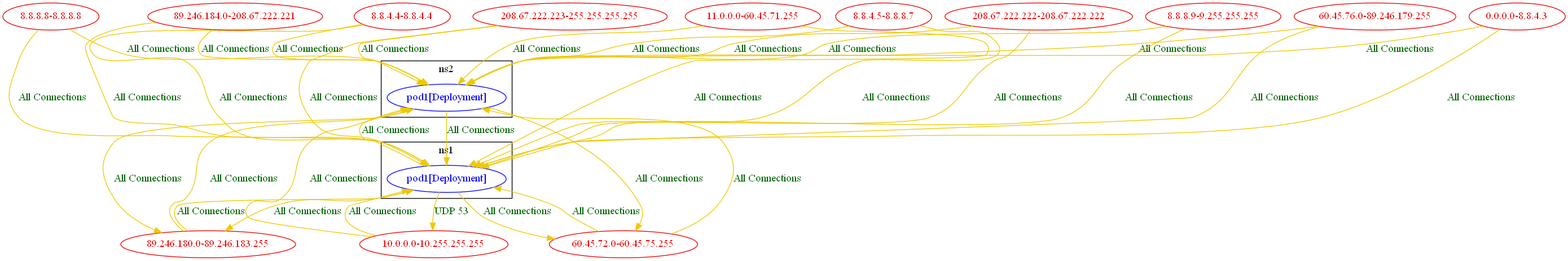
Before: test_outputs/connlist/anp_and_banp_using_networks_test_connlist_output.dot.png, a diagram exported from Graphviz (np-guard/netpol-analyzer). Its source is kept beside it as test_outputs/connlist/anp_and_banp_using_networks_test_connlist_output.dot.
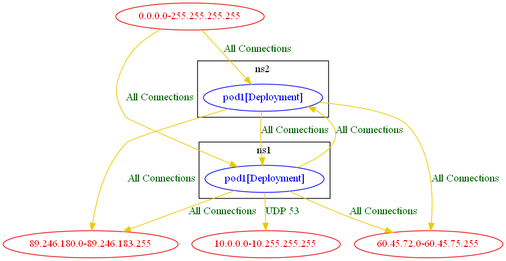
Later version of the same file.

What changed in the source:
```diff
@@ -11,45 +11,12 @@
 		"ns2/pod1[Deployment]" [label="pod1[Deployment]" color="blue" fontcolor="blue"]
 		label="ns2"
 	}
-	"0.0.0.0-8.8.4.3" [label="0.0.0.0-8.8.4.3" color="red2" fontcolor="red2"]
+	"0.0.0.0-255.255.255.255" [label="0.0.0.0-255.255.255.255" color="red2" fontcolor="red2"]
 	"10.0.0.0-10.255.255.255" [label="10.0.0.0-10.255.255.255" color="red2" fontcolor="red2"]
-	"11.0.0.0-60.45.71.255" [label="11.0.0.0-60.45.71.255" color="red2" fontcolor="red2"]
-	"208.67.222.222-208.67.222.222" [label="208.67.222.222-208.67.222.222" color="red2" fontcolor="red2"]
-	"208.67.222.223-255.255.255.255" [label="208.67.222.223-255.255.255.255" color="red2" fontcolor="red2"]
 	"60.45.72.0-60.45.75.255" [label="60.45.72.0-60.45.75.255" color="red2" fontcolor="red2"]
-	"60.45.76.0-89.246.179.255" [label="60.45.76.0-89.246.179.255" color="red2" fontcolor="red2"]
-	"8.8.4.4-8.8.4.4" [label="8.8.4.4-8.8.4.4" color="red2" fontcolor="red2"]
-	"8.8.4.5-8.8.8.7" [label="8.8.4.5-8.8.8.7" color="red2" fontcolor="red2"]
-	"8.8.8.8-8.8.8.8" [label="8.8.8.8-8.8.8.8" color="red2" fontcolor="red2"]
-	"8.8.8.9-9.255.255.255" [label="8.8.8.9-9.255.255.255" color="red2" fontcolor="red2"]
 	"89.246.180.0-89.246.183.255" [label="89.246.180.0-89.246.183.255" color="red2" fontcolor="red2"]
-	"89.246.184.0-208.67.222.221" [label="89.246.184.0-208.67.222.221" color="red2" fontcolor="red2"]
-	"0.0.0.0-8.8.4.3" -> "ns1/pod1[Deployment]" [label="All Connections" color="gold2" fontcolor="darkgreen" weight=0.5]
-	"0.0.0.0-8.8.4.3" -> "ns2/pod1[Deployment]" [label="All Connections" color="gold2" fontcolor="darkgreen" weight=0.5]
-	"10.0.0.0-10.255.255.255" -> "ns1/pod1[Deployment]" [label="All Connections" color="gold2" fontcolor="darkgreen" weight=0.5]
-	"10.0.0.0-10.255.255.255" -> "ns2/pod1[Deployment]" [label="All Connections" color="gold2" fontcolor="darkgreen" weight=0.5]
-	"11.0.0.0-60.45.71.255" -> "ns1/pod1[Deployment]" [label="All Connections" color="gold2" fontcolor="darkgreen" weight=0.5]
-	"11.0.0.0-60.45.71.255" -> "ns2/pod1[Deployment]" [label="All Connections" color="gold2" fontcolor="darkgreen" weight=0.5]
-	"208.67.222.222-208.67.222.222" -> "ns1/pod1[Deployment]" [label="All Connections" color="gold2" fontcolor="darkgreen" weight=0.5]
-	"208.67.222.222-208.67.222.222" -> "ns2/pod1[Deployment]" [label="All Connections" color="gold2" fontcolor="darkgreen" weight=0.5]
-	"208.67.222.223-255.255.255.255" -> "ns1/pod1[Deployment]" [label="All Connections" color="gold2" fontcolor="darkgreen" weight=0.5]
-	"208.67.222.223-255.255.255.255" -> "ns2/pod1[Deployment]" [label="All Connections" color="gold2" fontcolor="darkgreen" weight=0.5]
-	"60.45.72.0-60.45.75.255" -> "ns1/pod1[Deployment]" [label="All Connections" color="gold2" fontcolor="darkgreen" weight=0.5]
-	"60.45.72.0-60.45.75.255" -> "ns2/pod1[Deployment]" [label="All Connections" color="gold2" fontcolor="darkgreen" weight=0.5]
-	"60.45.76.0-89.246.179.255" -> "ns1/pod1[Deployment]" [label="All Connections" color="gold2" fontcolor="darkgreen" weight=0.5]
-	"60.45.76.0-89.246.179.255" -> "ns2/pod1[Deployment]" [label="All Connections" color="gold2" fontcolor="darkgreen" weight=0.5]
-	"8.8.4.4-8.8.4.4" -> "ns1/pod1[Deployment]" [label="All Connections" color="gold2" fontcolor="darkgreen" weight=0.5]
-	"8.8.4.4-8.8.4.4" -> "ns2/pod1[Deployment]" [label="All Connections" color="gold2" fontcolor="darkgreen" weight=0.5]
-	"8.8.4.5-8.8.8.7" -> "ns1/pod1[Deployment]" [label="All Connections" color="gold2" fontcolor="darkgreen" weight=0.5]
-	"8.8.4.5-8.8.8.7" -> "ns2/pod1[Deployment]" [label="All Connections" color="gold2" fontcolor="darkgreen" weight=0.5]
-	"8.8.8.8-8.8.8.8" -> "ns1/pod1[Deployment]" [label="All Connections" color="gold2" fontcolor="darkgreen" weight=0.5]
-	"8.8.8.8-8.8.8.8" -> "ns2/pod1[Deployment]" [label="All Connections" color="gold2" fontcolor="darkgreen" weight=0.5]
-	"8.8.8.9-9.255.255.255" -> "ns1/pod1[Deployment]" [label="All Connections" color="gold2" fontcolor="darkgreen" weight=0.5]
-	"8.8.8.9-9.255.255.255" -> "ns2/pod1[Deployment]" [label="All Connections" color="gold2" fontcolor="darkgreen" weight=0.5]
-	"89.246.180.0-89.246.183.255" -> "ns1/pod1[Deployment]" [label="All Connections" color="gold2" fontcolor="darkgreen" weight=0.5]
-	"89.246.180.0-89.246.183.255" -> "ns2/pod1[Deployment]" [label="All Connections" color="gold2" fontcolor="darkgreen" weight=0.5]
-	"89.246.184.0-208.67.222.221" -> "ns1/pod1[Deployment]" [label="All Connections" color="gold2" fontcolor="darkgreen" weight=0.5]
-	"89.246.184.0-208.67.222.221" -> "ns2/pod1[Deployment]" [label="All Connections" color="gold2" fontcolor="darkgreen" weight=0.5]
+	"0.0.0.0-255.255.255.255" -> "ns1/pod1[Deployment]" [label="All Connections" color="gold2" fontcolor="darkgreen" weight=0.5]
+	"0.0.0.0-255.255.255.255" -> "ns2/pod1[Deployment]" [label="All Connections" color="gold2" fontcolor="darkgreen" weight=0.5]
 	"ns1/pod1[Deployment]" -> "10.0.0.0-10.255.255.255" [label="UDP 53" color="gold2" fontcolor="darkgreen" weight=1]
 	"ns1/pod1[Deployment]" -> "60.45.72.0-60.45.75.255" [label="All Connections" color="gold2" fontcolor="darkgreen" weight=1]
 	"ns1/pod1[Deployment]" -> "89.246.180.0-89.246.183.255" [label="All Connections" color="gold2" fontcolor="darkgreen" weight=1]
```
